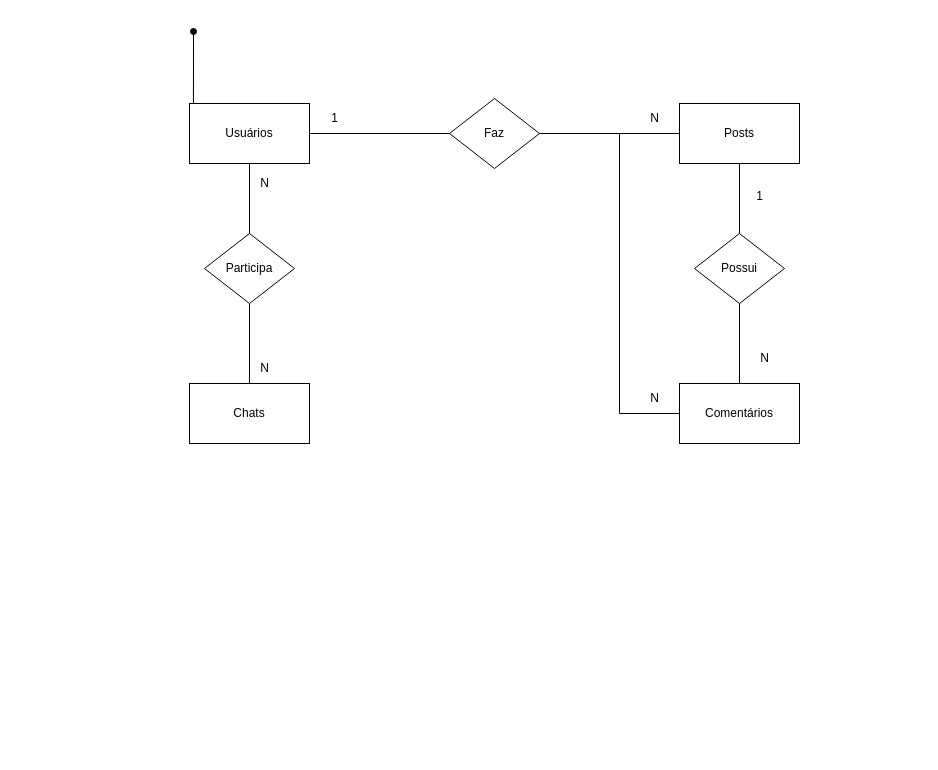
This is escola/2ano/Echo/Documentacao/Echo_DER.drawio from MateusRamos8/Projetos-DWS, a draw.io file, before an edit. Source tidied: cells renumbered, new cells numbered last; positions are measured from the earlier drawing's top-left corner, leaving out a move shared by most shapes. Both pictures are drawn from the tidied source at 100%, with x=0, y=0 at pixel (189, 31).
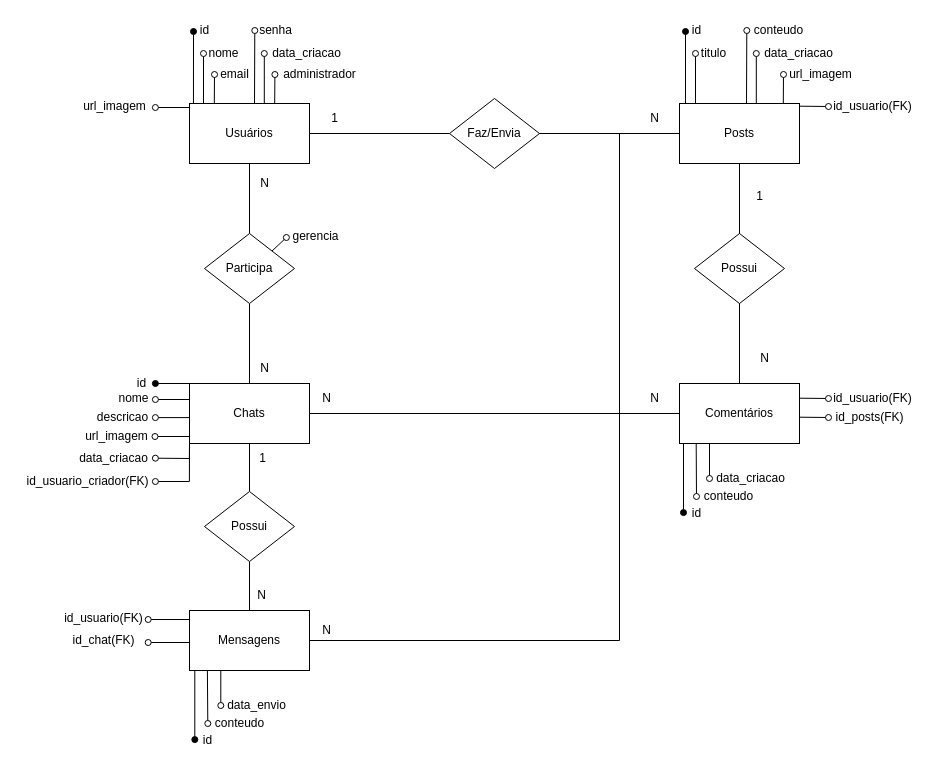
The same diagram, later.

Unchanged cells that the change refers to:
```xml
<mxCell id="8" value="Chats" style="rounded=0;whiteSpace=wrap;html=1;" parent="1" vertex="1">
  <mxGeometry y="352" width="120" height="60" as="geometry" />
</mxCell>
<mxCell id="20" value="Participa" style="rhombus;whiteSpace=wrap;html=1;" parent="1" vertex="1">
  <mxGeometry x="15" y="202" width="90" height="70" as="geometry" />
</mxCell>
```

The edit, as a diff of the source:
```diff
@@
+    <mxCell id="23" style="rounded=0;orthogonalLoop=1;jettySize=auto;html=1;endArrow=oval;endFill=0;" parent="1" edge="1">
+      <mxGeometry relative="1" as="geometry">
+        <mxPoint x="14" y="72" as="sourcePoint" />
+        <mxPoint x="14" y="22" as="targetPoint" />
+      </mxGeometry>
+    </mxCell>
+    <mxCell id="24" style="rounded=0;orthogonalLoop=1;jettySize=auto;html=1;endArrow=oval;endFill=0;" parent="1" edge="1">
+      <mxGeometry relative="1" as="geometry">
+        <mxPoint x="24.8" y="72" as="sourcePoint" />
+        <mxPoint x="25" y="43" as="targetPoint" />
+      </mxGeometry>
+    </mxCell>
@@
+    <mxCell id="25" style="rounded=0;jettySize=auto;html=1;endArrow=none;endFill=0;" parent="1" edge="1" source="68" target="66">
+      <mxGeometry relative="1" as="geometry" />
+    </mxCell>
+    <mxCell id="26" style="edgeStyle=orthogonalEdgeStyle;rounded=0;jettySize=auto;html=1;entryX=1;entryY=0.5;entryDx=0;entryDy=0;endArrow=none;endFill=0;" parent="1" edge="1" source="8" target="12">
+      <mxGeometry relative="1" as="geometry">
+        <Array as="points">
+          <mxPoint x="430" y="382" />
+          <mxPoint x="430" y="102" />
+        </Array>
+      </mxGeometry>
+    </mxCell>
+    <mxCell id="27" style="rounded=0;jettySize=auto;html=1;exitX=0;exitY=1;exitDx=0;exitDy=0;endArrow=oval;endFill=0;" parent="1" edge="1" source="8">
+      <mxGeometry relative="1" as="geometry">
+        <mxPoint x="-34.1" y="450" as="targetPoint" />
+        <Array as="points">
+          <mxPoint x="-0.1" y="450" />
+        </Array>
+      </mxGeometry>
+    </mxCell>
@@
+    <mxCell id="28" style="rounded=0;orthogonalLoop=1;jettySize=auto;html=1;endArrow=oval;endFill=1;" parent="1" edge="1">
+      <mxGeometry relative="1" as="geometry">
+        <mxPoint x="494" y="412" as="sourcePoint" />
+        <mxPoint x="494" y="481.1" as="targetPoint" />
+      </mxGeometry>
+    </mxCell>
+    <mxCell id="29" style="rounded=0;orthogonalLoop=1;jettySize=auto;html=1;endArrow=oval;endFill=0;" parent="1" edge="1">
+      <mxGeometry relative="1" as="geometry">
+        <mxPoint x="506.7" y="412" as="sourcePoint" />
+        <mxPoint x="507" y="465" as="targetPoint" />
+      </mxGeometry>
+    </mxCell>
+    <mxCell id="30" style="rounded=0;orthogonalLoop=1;jettySize=auto;html=1;endArrow=oval;endFill=0;" parent="1" edge="1">
+      <mxGeometry relative="1" as="geometry">
+        <mxPoint x="610" y="366.7" as="sourcePoint" />
+        <mxPoint x="639" y="367" as="targetPoint" />
+      </mxGeometry>
+    </mxCell>
@@
-    <mxCell id="12" value="Faz" style="rhombus;whiteSpace=wrap;html=1;" parent="1" vertex="1">
+    <mxCell id="12" value="Faz/Envia" style="rhombus;whiteSpace=wrap;html=1;" parent="1" vertex="1">
       <mxGeometry x="260" y="67" width="90" height="70" as="geometry" />
     </mxCell>
@@
+    <mxCell id="31" style="rounded=0;jettySize=auto;html=1;exitX=1;exitY=0;exitDx=0;exitDy=0;endArrow=oval;endFill=0;" parent="1" edge="1" source="20">
+      <mxGeometry relative="1" as="geometry">
+        <mxPoint x="96.9" y="206" as="targetPoint" />
+      </mxGeometry>
+    </mxCell>
@@
+    <mxCell id="32" value="id" style="text;html=1;align=center;verticalAlign=middle;strokeColor=none;fillColor=none;" parent="1" vertex="1">
+      <mxGeometry y="-11" width="30" height="20" as="geometry" />
+    </mxCell>
+    <mxCell id="33" value="nome" style="text;html=1;align=center;verticalAlign=middle;strokeColor=none;fillColor=none;" parent="1" vertex="1">
+      <mxGeometry x="9" y="12" width="50" height="20" as="geometry" />
+    </mxCell>
+    <mxCell id="34" value="email" style="text;html=1;align=center;verticalAlign=middle;strokeColor=none;fillColor=none;" parent="1" vertex="1">
+      <mxGeometry x="21" y="30" width="47" height="26" as="geometry" />
+    </mxCell>
+    <mxCell id="35" style="rounded=0;orthogonalLoop=1;jettySize=auto;html=1;endArrow=oval;endFill=0;" parent="1" edge="1">
+      <mxGeometry relative="1" as="geometry">
+        <mxPoint x="65" y="72" as="sourcePoint" />
+        <mxPoint x="65.3" y="-1" as="targetPoint" />
+      </mxGeometry>
+    </mxCell>
+    <mxCell id="36" value="senha" style="text;html=1;align=center;verticalAlign=middle;strokeColor=none;fillColor=none;" parent="1" vertex="1">
+      <mxGeometry x="60" y="-14" width="51" height="26" as="geometry" />
+    </mxCell>
+    <mxCell id="37" style="rounded=0;orthogonalLoop=1;jettySize=auto;html=1;endArrow=oval;endFill=0;" parent="1" edge="1">
+      <mxGeometry relative="1" as="geometry">
+        <mxPoint x="74.8" y="72" as="sourcePoint" />
+        <mxPoint x="74.8" y="22" as="targetPoint" />
+      </mxGeometry>
+    </mxCell>
+    <mxCell id="38" value="data_criacao" style="text;html=1;align=center;verticalAlign=middle;strokeColor=none;fillColor=none;" parent="1" vertex="1">
+      <mxGeometry x="73" y="9" width="87" height="26" as="geometry" />
+    </mxCell>
+    <mxCell id="39" style="rounded=0;orthogonalLoop=1;jettySize=auto;html=1;endArrow=oval;endFill=1;exitX=0.033;exitY=0;exitDx=0;exitDy=0;exitPerimeter=0;" parent="1" edge="1">
+      <mxGeometry relative="1" as="geometry">
+        <mxPoint x="496" y="72" as="sourcePoint" />
+        <mxPoint x="496" as="targetPoint" />
+      </mxGeometry>
+    </mxCell>
+    <mxCell id="40" style="rounded=0;orthogonalLoop=1;jettySize=auto;html=1;endArrow=oval;endFill=0;" parent="1" edge="1">
+      <mxGeometry relative="1" as="geometry">
+        <mxPoint x="506" y="72" as="sourcePoint" />
+        <mxPoint x="506" y="22" as="targetPoint" />
+      </mxGeometry>
+    </mxCell>
+    <mxCell id="41" style="rounded=0;orthogonalLoop=1;jettySize=auto;html=1;endArrow=oval;endFill=0;" parent="1" edge="1">
+      <mxGeometry relative="1" as="geometry">
+        <mxPoint x="593.8" y="72" as="sourcePoint" />
+        <mxPoint x="594" y="43" as="targetPoint" />
+      </mxGeometry>
+    </mxCell>
+    <mxCell id="42" value="id" style="text;html=1;align=center;verticalAlign=middle;strokeColor=none;fillColor=none;" parent="1" vertex="1">
+      <mxGeometry x="492" y="-11" width="30" height="20" as="geometry" />
+    </mxCell>
+    <mxCell id="43" value="titulo" style="text;html=1;align=center;verticalAlign=middle;strokeColor=none;fillColor=none;" parent="1" vertex="1">
+      <mxGeometry x="502" y="9" width="43" height="26" as="geometry" />
+    </mxCell>
+    <mxCell id="44" value="id_usuario(FK)" style="text;html=1;align=center;verticalAlign=middle;strokeColor=none;fillColor=none;" parent="1" vertex="1">
+      <mxGeometry x="634" y="62" width="97" height="26" as="geometry" />
+    </mxCell>
+    <mxCell id="45" style="rounded=0;orthogonalLoop=1;jettySize=auto;html=1;endArrow=oval;endFill=0;" parent="1" edge="1">
+      <mxGeometry relative="1" as="geometry">
+        <mxPoint x="557" y="72" as="sourcePoint" />
+        <mxPoint x="557.3" y="-1" as="targetPoint" />
+      </mxGeometry>
+    </mxCell>
+    <mxCell id="46" value="conteudo" style="text;html=1;align=center;verticalAlign=middle;strokeColor=none;fillColor=none;" parent="1" vertex="1">
+      <mxGeometry x="555" y="-14" width="67" height="26" as="geometry" />
+    </mxCell>
+    <mxCell id="47" style="rounded=0;orthogonalLoop=1;jettySize=auto;html=1;endArrow=oval;endFill=0;" parent="1" edge="1">
+      <mxGeometry relative="1" as="geometry">
+        <mxPoint x="566.8" y="72" as="sourcePoint" />
+        <mxPoint x="566.8" y="22" as="targetPoint" />
+      </mxGeometry>
+    </mxCell>
+    <mxCell id="48" value="data_criacao" style="text;html=1;align=center;verticalAlign=middle;strokeColor=none;fillColor=none;" parent="1" vertex="1">
+      <mxGeometry x="565" y="9" width="87" height="26" as="geometry" />
+    </mxCell>
+    <mxCell id="49" value="id" style="text;html=1;align=center;verticalAlign=middle;strokeColor=none;fillColor=none;" parent="1" vertex="1">
+      <mxGeometry x="493.5" y="469" width="27" height="26" as="geometry" />
+    </mxCell>
+    <mxCell id="50" value="conteudo" style="text;html=1;align=center;verticalAlign=middle;strokeColor=none;fillColor=none;" parent="1" vertex="1">
+      <mxGeometry x="505" y="452" width="67" height="26" as="geometry" />
+    </mxCell>
+    <mxCell id="51" style="rounded=0;orthogonalLoop=1;jettySize=auto;html=1;endArrow=oval;endFill=0;" parent="1" edge="1">
+      <mxGeometry relative="1" as="geometry">
+        <mxPoint x="520" y="412" as="sourcePoint" />
+        <mxPoint x="520" y="447" as="targetPoint" />
+      </mxGeometry>
+    </mxCell>
+    <mxCell id="52" value="data_criacao" style="text;html=1;align=center;verticalAlign=middle;strokeColor=none;fillColor=none;" parent="1" vertex="1">
+      <mxGeometry x="517" y="434" width="87" height="26" as="geometry" />
+    </mxCell>
+    <mxCell id="53" value="id_usuario(FK)" style="text;html=1;align=center;verticalAlign=middle;strokeColor=none;fillColor=none;" parent="1" vertex="1">
+      <mxGeometry x="634" y="354" width="97" height="26" as="geometry" />
+    </mxCell>
+    <mxCell id="54" style="rounded=0;orthogonalLoop=1;jettySize=auto;html=1;endArrow=oval;endFill=0;" parent="1" edge="1">
+      <mxGeometry relative="1" as="geometry">
+        <mxPoint x="610" y="385.7" as="sourcePoint" />
+        <mxPoint x="639" y="386" as="targetPoint" />
+      </mxGeometry>
+    </mxCell>
+    <mxCell id="55" value="id_posts(FK)" style="text;html=1;align=center;verticalAlign=middle;strokeColor=none;fillColor=none;" parent="1" vertex="1">
+      <mxGeometry x="637" y="373" width="86" height="26" as="geometry" />
+    </mxCell>
+    <mxCell id="56" value="id" style="text;html=1;align=center;verticalAlign=middle;strokeColor=none;fillColor=none;" parent="1" vertex="1">
+      <mxGeometry x="-61.1" y="339" width="27" height="26" as="geometry" />
+    </mxCell>
+    <mxCell id="57" value="nome" style="text;html=1;align=center;verticalAlign=middle;strokeColor=none;fillColor=none;" parent="1" vertex="1">
+      <mxGeometry x="-80.1" y="354" width="48" height="26" as="geometry" />
+    </mxCell>
+    <mxCell id="58" value="data_criacao" style="text;html=1;align=center;verticalAlign=middle;strokeColor=none;fillColor=none;" parent="1" vertex="1">
+      <mxGeometry x="-119.1" y="414" width="87" height="26" as="geometry" />
+    </mxCell>
+    <mxCell id="59" style="rounded=0;orthogonalLoop=1;jettySize=auto;html=1;endArrow=oval;endFill=0;" parent="1" edge="1">
+      <mxGeometry relative="1" as="geometry">
+        <mxPoint x="85.2" y="72" as="sourcePoint" />
+        <mxPoint x="85.4" y="43" as="targetPoint" />
+      </mxGeometry>
+    </mxCell>
+    <mxCell id="60" value="administrador" style="text;html=1;align=center;verticalAlign=middle;strokeColor=none;fillColor=none;" parent="1" vertex="1">
+      <mxGeometry x="84" y="30" width="91" height="26" as="geometry" />
+    </mxCell>
+    <mxCell id="61" style="rounded=0;orthogonalLoop=1;jettySize=auto;html=1;endArrow=oval;endFill=1;exitX=0;exitY=0;exitDx=0;exitDy=0;" parent="1" edge="1">
+      <mxGeometry relative="1" as="geometry">
+        <mxPoint x="-0.1" y="352" as="sourcePoint" />
+        <mxPoint x="-34.1" y="352" as="targetPoint" />
+      </mxGeometry>
+    </mxCell>
+    <mxCell id="62" style="rounded=0;orthogonalLoop=1;jettySize=auto;html=1;endArrow=oval;endFill=0;" parent="1" edge="1">
+      <mxGeometry relative="1" as="geometry">
+        <mxPoint x="-0.1" y="368" as="sourcePoint" />
+        <mxPoint x="-34.1" y="368" as="targetPoint" />
+      </mxGeometry>
+    </mxCell>
+    <mxCell id="63" style="rounded=0;orthogonalLoop=1;jettySize=auto;html=1;endArrow=oval;endFill=0;exitX=0.001;exitY=0.651;exitDx=0;exitDy=0;exitPerimeter=0;" parent="1" edge="1">
+      <mxGeometry relative="1" as="geometry">
+        <mxPoint y="386.1" as="sourcePoint" />
+        <mxPoint x="-34.1" y="386.1" as="targetPoint" />
+      </mxGeometry>
+    </mxCell>
+    <mxCell id="64" style="rounded=0;orthogonalLoop=1;jettySize=auto;html=1;endArrow=oval;endFill=0;" parent="1" edge="1">
+      <mxGeometry relative="1" as="geometry">
+        <mxPoint y="588" as="sourcePoint" />
+        <mxPoint x="-41.3" y="588" as="targetPoint" />
+      </mxGeometry>
+    </mxCell>
+    <mxCell id="65" style="edgeStyle=orthogonalEdgeStyle;rounded=0;jettySize=auto;html=1;entryX=1;entryY=0.5;entryDx=0;entryDy=0;endArrow=none;endFill=0;" parent="1" edge="1" source="66" target="12">
+      <mxGeometry relative="1" as="geometry">
+        <Array as="points">
+          <mxPoint x="430" y="609" />
+          <mxPoint x="430" y="102" />
+        </Array>
+      </mxGeometry>
+    </mxCell>
+    <mxCell id="66" value="Mensagens" style="rounded=0;whiteSpace=wrap;html=1;" parent="1" vertex="1">
+      <mxGeometry y="579" width="120" height="60" as="geometry" />
+    </mxCell>
+    <mxCell id="67" style="rounded=0;jettySize=auto;html=1;endArrow=none;endFill=0;" parent="1" edge="1" source="8" target="68">
+      <mxGeometry relative="1" as="geometry" />
+    </mxCell>
+    <mxCell id="68" value="Possui" style="rhombus;whiteSpace=wrap;html=1;" parent="1" vertex="1">
+      <mxGeometry x="15" y="460" width="90" height="70" as="geometry" />
+    </mxCell>
+    <mxCell id="69" value="N" style="text;html=1;align=center;verticalAlign=middle;strokeColor=none;fillColor=none;" parent="1" vertex="1">
+      <mxGeometry x="57" y="549" width="30" height="30" as="geometry" />
+    </mxCell>
+    <mxCell id="70" value="1" style="text;html=1;align=center;verticalAlign=middle;strokeColor=none;fillColor=none;" parent="1" vertex="1">
+      <mxGeometry x="60" y="414" width="25" height="26" as="geometry" />
+    </mxCell>
+    <mxCell id="71" style="rounded=0;orthogonalLoop=1;jettySize=auto;html=1;endArrow=oval;endFill=1;" parent="1" edge="1">
+      <mxGeometry relative="1" as="geometry">
+        <mxPoint x="5.3" y="639" as="sourcePoint" />
+        <mxPoint x="5.3" y="708.1" as="targetPoint" />
+      </mxGeometry>
+    </mxCell>
+    <mxCell id="72" style="rounded=0;orthogonalLoop=1;jettySize=auto;html=1;endArrow=oval;endFill=0;" parent="1" edge="1">
+      <mxGeometry relative="1" as="geometry">
+        <mxPoint x="17.9" y="639" as="sourcePoint" />
+        <mxPoint x="18.3" y="692" as="targetPoint" />
+      </mxGeometry>
+    </mxCell>
+    <mxCell id="73" value="id" style="text;html=1;align=center;verticalAlign=middle;strokeColor=none;fillColor=none;" parent="1" vertex="1">
+      <mxGeometry x="4.8" y="696" width="27" height="26" as="geometry" />
+    </mxCell>
+    <mxCell id="74" value="conteudo" style="text;html=1;align=center;verticalAlign=middle;strokeColor=none;fillColor=none;" parent="1" vertex="1">
+      <mxGeometry x="16.3" y="679" width="67" height="26" as="geometry" />
+    </mxCell>
+    <mxCell id="75" style="rounded=0;orthogonalLoop=1;jettySize=auto;html=1;endArrow=oval;endFill=0;" parent="1" edge="1">
+      <mxGeometry relative="1" as="geometry">
+        <mxPoint x="31.3" y="639" as="sourcePoint" />
+        <mxPoint x="31.3" y="674" as="targetPoint" />
+      </mxGeometry>
+    </mxCell>
+    <mxCell id="76" value="data_envio" style="text;html=1;align=center;verticalAlign=middle;strokeColor=none;fillColor=none;" parent="1" vertex="1">
+      <mxGeometry x="28" y="661" width="77" height="26" as="geometry" />
+    </mxCell>
+    <mxCell id="77" style="rounded=0;orthogonalLoop=1;jettySize=auto;html=1;endArrow=oval;endFill=0;" parent="1" edge="1">
+      <mxGeometry relative="1" as="geometry">
+        <mxPoint y="611" as="sourcePoint" />
+        <mxPoint x="-41.3" y="611" as="targetPoint" />
+      </mxGeometry>
+    </mxCell>
+    <mxCell id="78" value="id_usuario(FK)" style="text;html=1;align=center;verticalAlign=middle;strokeColor=none;fillColor=none;" parent="1" vertex="1">
+      <mxGeometry x="-135" y="574" width="97" height="26" as="geometry" />
+    </mxCell>
+    <mxCell id="79" value="id_chat(FK)" style="text;html=1;align=center;verticalAlign=middle;strokeColor=none;fillColor=none;" parent="1" vertex="1">
+      <mxGeometry x="-126" y="596" width="80" height="26" as="geometry" />
+    </mxCell>
+    <mxCell id="80" value="N" style="text;html=1;align=center;verticalAlign=middle;strokeColor=none;fillColor=none;" parent="1" vertex="1">
+      <mxGeometry x="122" y="584" width="30" height="30" as="geometry" />
+    </mxCell>
+    <mxCell id="81" value="N" style="text;html=1;align=center;verticalAlign=middle;strokeColor=none;fillColor=none;" parent="1" vertex="1">
+      <mxGeometry x="122" y="352" width="30" height="30" as="geometry" />
+    </mxCell>
+    <mxCell id="82" style="rounded=0;orthogonalLoop=1;jettySize=auto;html=1;endArrow=oval;endFill=0;exitX=0.001;exitY=0.651;exitDx=0;exitDy=0;exitPerimeter=0;" parent="1" edge="1">
+      <mxGeometry relative="1" as="geometry">
+        <mxPoint x="-0.4" y="405" as="sourcePoint" />
+        <mxPoint x="-34.5" y="405" as="targetPoint" />
+      </mxGeometry>
+    </mxCell>
+    <mxCell id="83" value="id_usuario_criador(FK)" style="text;html=1;align=center;verticalAlign=middle;strokeColor=none;fillColor=none;" parent="1" vertex="1">
+      <mxGeometry x="-172.1" y="437" width="140" height="26" as="geometry" />
+    </mxCell>
+    <mxCell id="84" style="rounded=0;jettySize=auto;html=1;endArrow=oval;endFill=0;exitX=0;exitY=1;exitDx=0;exitDy=0;" parent="1" edge="1" source="8">
+      <mxGeometry relative="1" as="geometry">
+        <mxPoint x="-34.1" y="426.7" as="targetPoint" />
+        <Array as="points">
+          <mxPoint x="-0.1" y="427" />
+        </Array>
+      </mxGeometry>
+    </mxCell>
+    <mxCell id="85" value="descricao" style="text;html=1;align=center;verticalAlign=middle;strokeColor=none;fillColor=none;" parent="1" vertex="1">
+      <mxGeometry x="-101.1" y="373" width="69" height="26" as="geometry" />
+    </mxCell>
+    <mxCell id="86" value="gerencia" style="text;html=1;align=center;verticalAlign=middle;strokeColor=none;fillColor=none;" parent="1" vertex="1">
+      <mxGeometry x="93.9" y="192" width="64" height="26" as="geometry" />
+    </mxCell>
+    <mxCell id="87" style="rounded=0;orthogonalLoop=1;jettySize=auto;html=1;endArrow=oval;endFill=0;" parent="1" edge="1">
+      <mxGeometry relative="1" as="geometry">
+        <mxPoint x="610" y="74.7" as="sourcePoint" />
+        <mxPoint x="639" y="75" as="targetPoint" />
+      </mxGeometry>
+    </mxCell>
+    <mxCell id="88" value="url_imagem" style="text;html=1;align=center;verticalAlign=middle;strokeColor=none;fillColor=none;" parent="1" vertex="1">
+      <mxGeometry x="590" y="30" width="81" height="26" as="geometry" />
+    </mxCell>
+    <mxCell id="89" value="url_imagem" style="text;html=1;align=center;verticalAlign=middle;strokeColor=none;fillColor=none;" parent="1" vertex="1">
+      <mxGeometry x="-113.1" y="392" width="81" height="26" as="geometry" />
+    </mxCell>
+    <mxCell id="90" style="rounded=0;orthogonalLoop=1;jettySize=auto;html=1;endArrow=oval;endFill=0;exitX=0.001;exitY=0.651;exitDx=0;exitDy=0;exitPerimeter=0;" parent="1" edge="1">
+      <mxGeometry relative="1" as="geometry">
+        <mxPoint y="76" as="sourcePoint" />
+        <mxPoint x="-34.1" y="76" as="targetPoint" />
+      </mxGeometry>
+    </mxCell>
+    <mxCell id="91" value="url_imagem" style="text;html=1;align=center;verticalAlign=middle;strokeColor=none;fillColor=none;" parent="1" vertex="1">
+      <mxGeometry x="-115.1" y="62" width="81" height="26" as="geometry" />
+    </mxCell>
```
